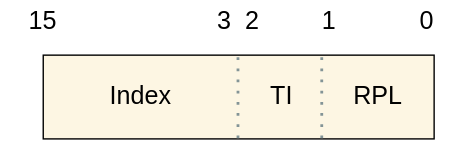
This is Booting/images/segment-selector.svg from 0xAX/linux-insides, a draw.io export, as it was before one commit. Source tidied: cells renumbered, new cells last; positions are measured from the earlier drawing's top-left corner, leaving out a move shared by most shapes.
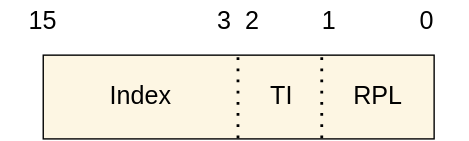
Above is the later version.

Commit message:
boot: use black everywhere instead of different grey

The edit, as a diff of the source:
```diff
@@ -5,10 +5,10 @@
     <mxCell id="2" style="rounded=0;whiteSpace=wrap;html=1;fillColor=#FDF6E3;fontSize=18;fontColor=#000000;fontStyle=0;" parent="1" vertex="1">
       <mxGeometry x="30" y="39" width="280" height="60" as="geometry" />
     </mxCell>
-    <mxCell id="3" style="endArrow=none;dashed=1;html=1;dashPattern=1 3;strokeWidth=2;rounded=0;entryX=0.5;entryY=0;entryDx=0;entryDy=0;exitX=0.5;exitY=1;exitDx=0;exitDy=0;strokeColor=#839496;fontSize=18;fontColor=#000000;fontStyle=0;" parent="1" edge="1" source="2" target="2">
+    <mxCell id="3" style="endArrow=none;dashed=1;html=1;dashPattern=1 3;strokeWidth=2;rounded=0;entryX=0.5;entryY=0;entryDx=0;entryDy=0;exitX=0.5;exitY=1;exitDx=0;exitDy=0;strokeColor=#000000;fontSize=18;fontColor=#000000;fontStyle=0;" parent="1" edge="1" source="2" target="2">
       <mxGeometry relative="1" as="geometry" />
     </mxCell>
-    <mxCell id="4" style="endArrow=none;dashed=1;html=1;dashPattern=1 3;strokeWidth=2;rounded=0;entryX=0.5;entryY=0;entryDx=0;entryDy=0;exitX=0.5;exitY=1;exitDx=0;exitDy=0;strokeColor=#839496;fontSize=18;fontColor=#000000;fontStyle=0;" parent="1" edge="1">
+    <mxCell id="4" style="endArrow=none;dashed=1;html=1;dashPattern=1 3;strokeWidth=2;rounded=0;entryX=0.5;entryY=0;entryDx=0;entryDy=0;exitX=0.5;exitY=1;exitDx=0;exitDy=0;strokeColor=#000000;fontSize=18;fontColor=#000000;fontStyle=0;" parent="1" edge="1">
       <mxGeometry relative="1" as="geometry">
         <mxPoint x="230" y="99" as="sourcePoint" />
         <mxPoint x="230" y="39" as="targetPoint" />
```
